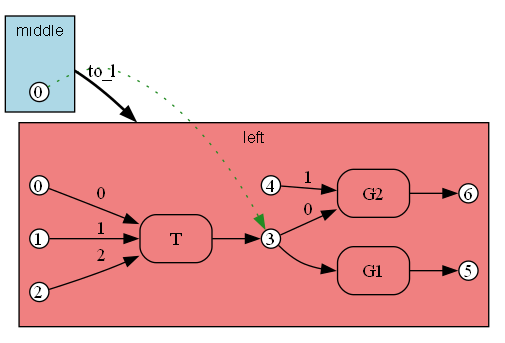
Earlier version of the Graphviz export crates/bhyp/images/test_copy_subst_commute/path2_shared_span_for_copy_T_to_l.png (ammatsui/bhypvis). Its source is kept beside it as crates/bhyp/images/test_copy_subst_commute/path2_shared_span_for_copy_T_to_l.dot. Its diagram source:
```dot
digraph Morphism {
  fontname="Helvetica"
  fontsize=12
  rankdir=LR;
  compound=true;
  newrank=true;

  subgraph cluster_domain {
    label="middle";
    style=filled;
    fillcolor="lightblue";
    fontname="Helvetica";
    fontsize=12;

    dom_n0 [label="0", shape=circle, style=filled, fillcolor=white, color="black", width=0.2, height=0.2, fixedsize=true];
    dom_anchor [shape=point, width=0, height=0, style=invis];
  }

  subgraph cluster_codomain {
    label="left";
    style=filled;
    fillcolor="lightcoral";
    fontname="Helvetica";
    fontsize=12;

    cod_n6 [label="6", shape=circle, style=filled, fillcolor=white, color="black", width=0.2, height=0.2, fixedsize=true];
    cod_n3 [label="3", shape=circle, style=filled, fillcolor=white, color="black", width=0.2, height=0.2, fixedsize=true];
    cod_n2 [label="2", shape=circle, style=filled, fillcolor=white, color="black", width=0.2, height=0.2, fixedsize=true];
    cod_n1 [label="1", shape=circle, style=filled, fillcolor=white, color="black", width=0.2, height=0.2, fixedsize=true];
    cod_n4 [label="4", shape=circle, style=filled, fillcolor=white, color="black", width=0.2, height=0.2, fixedsize=true];
    cod_n5 [label="5", shape=circle, style=filled, fillcolor=white, color="black", width=0.2, height=0.2, fixedsize=true];
    cod_n0 [label="0", shape=circle, style=filled, fillcolor=white, color="black", width=0.2, height=0.2, fixedsize=true];
    cod_e0 [label="T", shape=box, style=rounded, color="black"];
    cod_e2 [label="G1", shape=box, style=rounded, color="black"];
    cod_e1 [label="G2", shape=box, style=rounded, color="black"];
    cod_n0 -> cod_e0 [label="0"];
    cod_n1 -> cod_e0 [label="1"];
    cod_n2 -> cod_e0 [label="2"];
    cod_e0 -> cod_n3 [label=""];
    cod_n3 -> cod_e2 [label=""];
    cod_e2 -> cod_n5 [label=""];
    cod_n3 -> cod_e1 [label="0"];
    cod_n4 -> cod_e1 [label="1"];
    cod_e1 -> cod_n6 [label=""];
    cod_anchor [shape=point, width=0, height=0, style=invis];
  }

  dom_n0 -> cod_n3 [style=dotted, color=forestgreen, constraint=false];

  dom_anchor -> cod_anchor [lhead=cluster_codomain, ltail=cluster_domain, style=bold, color=black, label="to_l", penwidth=2];
}
```
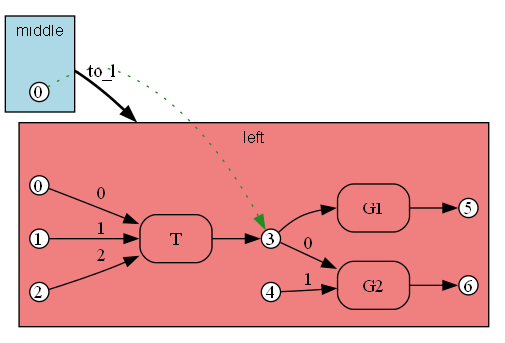
After the commit.

Diff of the diagram source:
```diff
@@ -23,25 +23,25 @@
     fontname="Helvetica";
     fontsize=12;
 
-    cod_n6 [label="6", shape=circle, style=filled, fillcolor=white, color="black", width=0.2, height=0.2, fixedsize=true];
     cod_n3 [label="3", shape=circle, style=filled, fillcolor=white, color="black", width=0.2, height=0.2, fixedsize=true];
+    cod_n4 [label="4", shape=circle, style=filled, fillcolor=white, color="black", width=0.2, height=0.2, fixedsize=true];
+    cod_n5 [label="5", shape=circle, style=filled, fillcolor=white, color="black", width=0.2, height=0.2, fixedsize=true];
     cod_n2 [label="2", shape=circle, style=filled, fillcolor=white, color="black", width=0.2, height=0.2, fixedsize=true];
     cod_n1 [label="1", shape=circle, style=filled, fillcolor=white, color="black", width=0.2, height=0.2, fixedsize=true];
-    cod_n4 [label="4", shape=circle, style=filled, fillcolor=white, color="black", width=0.2, height=0.2, fixedsize=true];
-    cod_n5 [label="5", shape=circle, style=filled, fillcolor=white, color="black", width=0.2, height=0.2, fixedsize=true];
+    cod_n6 [label="6", shape=circle, style=filled, fillcolor=white, color="black", width=0.2, height=0.2, fixedsize=true];
     cod_n0 [label="0", shape=circle, style=filled, fillcolor=white, color="black", width=0.2, height=0.2, fixedsize=true];
+    cod_e1 [label="G2", shape=box, style=rounded, color="black"];
     cod_e0 [label="T", shape=box, style=rounded, color="black"];
     cod_e2 [label="G1", shape=box, style=rounded, color="black"];
-    cod_e1 [label="G2", shape=box, style=rounded, color="black"];
+    cod_n3 -> cod_e1 [label="0"];
+    cod_n4 -> cod_e1 [label="1"];
+    cod_e1 -> cod_n6 [label=""];
     cod_n0 -> cod_e0 [label="0"];
     cod_n1 -> cod_e0 [label="1"];
     cod_n2 -> cod_e0 [label="2"];
     cod_e0 -> cod_n3 [label=""];
     cod_n3 -> cod_e2 [label=""];
     cod_e2 -> cod_n5 [label=""];
-    cod_n3 -> cod_e1 [label="0"];
-    cod_n4 -> cod_e1 [label="1"];
-    cod_e1 -> cod_n6 [label=""];
     cod_anchor [shape=point, width=0, height=0, style=invis];
   }
 
```
